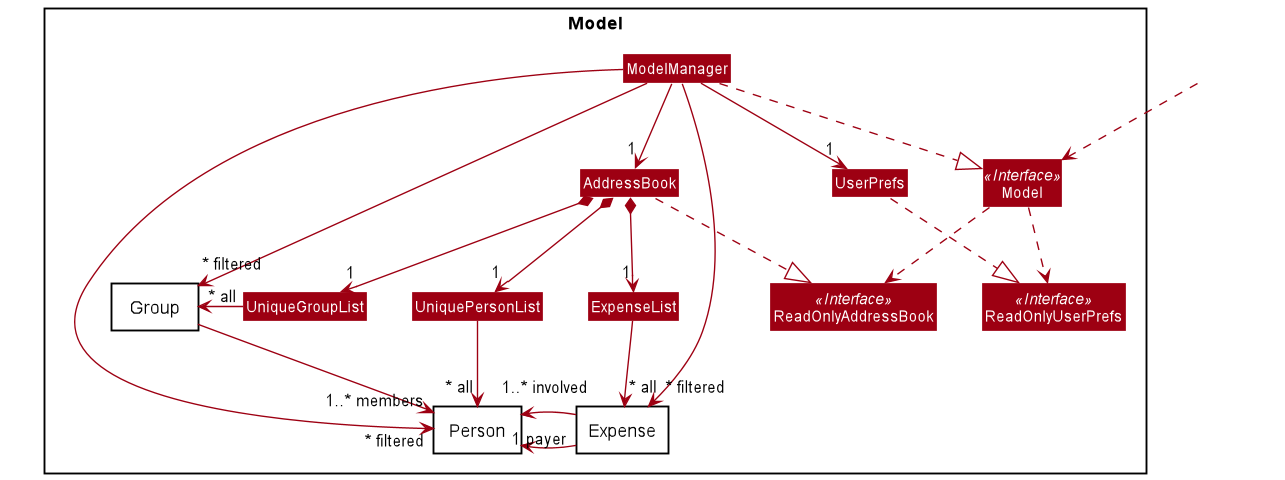
ramapriyan912001/tp keeps this PlantUML diagram as docs/images/ModelClassDiagram.png. Above is the earlier version.
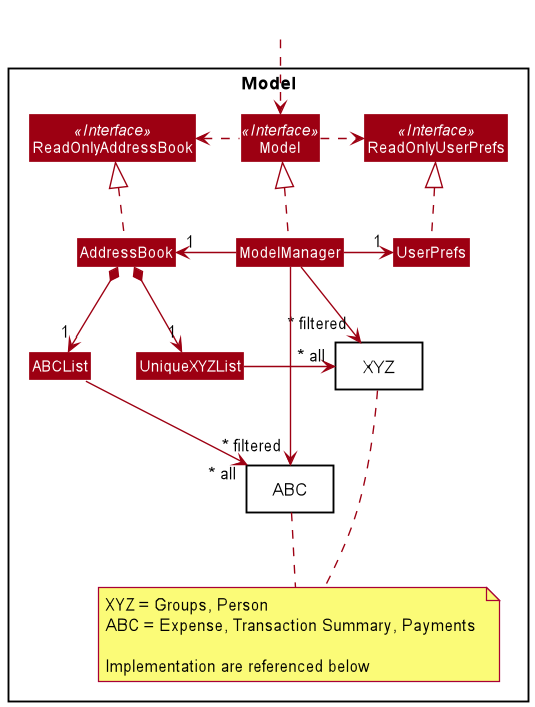
The same file after the commit.

Change to the diagram source:
```diff
@@ -14,18 +14,16 @@
 Class ModelManager
 Class UserPrefs
 Class ReadOnlyUserPrefs
-Class UniquePersonList
-Class UniqueGroupList
-Class ExpenseList
+Class UniqueXYZList
+Class ABCList
 
-Package Person <<Rectangle>>{
+Package XYZ <<Rectangle>>{
 }
 
-Package Group <<Rectangle>>{
+Package ABC <<Rectangle>>{
 }
 
-Package Expense <<Rectangle>>{
-}
+note "XYZ = Groups, Person\nABC = Expense, Transaction Summary, Payments \n\nImplementation are referenced below" as n1
 
 }
 
@@ -34,29 +32,25 @@
 Class HiddenOutside #FFFFFF
 HiddenOutside ..> Model
 
-AddressBook ..|> ReadOnlyAddressBook
+AddressBook .up.|> ReadOnlyAddressBook
 
-ModelManager ..|> Model
-Model ..> ReadOnlyUserPrefs
-Model ..> ReadOnlyAddressBook
-ModelManager --> "1" AddressBook
-ModelManager --> "1" UserPrefs
-UserPrefs ..|> ReadOnlyUserPrefs
+ModelManager .up.|> Model
+Model .right.> ReadOnlyUserPrefs
+Model .left.> ReadOnlyAddressBook
+ModelManager -left-> "1" AddressBook
+ModelManager -right-> "1" UserPrefs
+UserPrefs .up.|> ReadOnlyUserPrefs
 
-AddressBook *--> "1" UniquePersonList
-UniquePersonList --> "~* all" Person
+AddressBook *--> "1" UniqueXYZList
+UniqueXYZList -right-> "~* all" XYZ
 
-AddressBook *--> "1" UniqueGroupList
-UniqueGroupList -right-> "~* all" Group
-Group --> "1..* members" Person
+AddressBook *--> "1" ABCList
+ABCList --> "~* all" ABC
 
-AddressBook *--> "1" ExpenseList
-ExpenseList --> "~* all" Expense
-Expense ---> "1 payer" Person
-Expense -right--> "1..* involved" Person
+ModelManager -->"~* filtered" XYZ
+ModelManager -->"~* filtered" ABC
 
+ABC .. n1
+XYZ .. n1
 
-ModelManager -->"~* filtered" Person
-ModelManager -->"~* filtered" Group
-ModelManager -->"~* filtered" Expense
 @enduml
```
